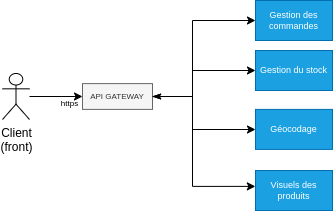
Earlier version of the draw.io export slides/img/archi-microservice.drawio.png (mborne/cours-archi-si-geo). Source tidied: cells renumbered, new cells last; positions are measured from the earlier drawing's top-left corner, leaving out a move shared by most shapes. Its diagram source:
```xml
<mxGraphModel background="#ffffff">
  <root>
    <mxCell id="0" />
    <mxCell id="1" parent="0" />
    <mxCell id="2" value="Gestion des commandes" style="rounded=0;whiteSpace=wrap;html=1;fillColor=#1ba1e2;strokeColor=#006EAF;fontColor=#ffffff;fontSize=9;" parent="1" vertex="1">
      <mxGeometry x="253" width="77" height="40" as="geometry" />
    </mxCell>
    <mxCell id="3" value="Géocodage" style="rounded=0;whiteSpace=wrap;html=1;fillColor=#1ba1e2;strokeColor=#006EAF;fontColor=#ffffff;fontSize=9;" parent="1" vertex="1">
      <mxGeometry x="253" y="108.9" width="77" height="40" as="geometry" />
    </mxCell>
    <mxCell id="4" value="Gestion du stock" style="rounded=0;whiteSpace=wrap;html=1;fillColor=#1ba1e2;strokeColor=#006EAF;fontColor=#ffffff;fontSize=9;" parent="1" vertex="1">
      <mxGeometry x="253" y="50" width="77" height="40" as="geometry" />
    </mxCell>
    <mxCell id="5" value="Visuels des produits" style="rounded=0;whiteSpace=wrap;html=1;fillColor=#1ba1e2;strokeColor=#006EAF;fontColor=#ffffff;fontSize=9;" parent="1" vertex="1">
      <mxGeometry x="253" y="170" width="77" height="40" as="geometry" />
    </mxCell>
    <mxCell id="6" style="edgeStyle=orthogonalEdgeStyle;rounded=0;jettySize=auto;html=1;entryX=0;entryY=0.5;entryDx=0;entryDy=0;startArrow=classicThin;startFill=1;" parent="1" edge="1" source="8" target="2">
      <mxGeometry relative="1" as="geometry">
        <Array as="points">
          <mxPoint x="190" y="96" />
          <mxPoint x="190" y="20" />
        </Array>
      </mxGeometry>
    </mxCell>
    <mxCell id="7" style="edgeStyle=orthogonalEdgeStyle;rounded=0;jettySize=auto;html=1;" parent="1" edge="1" source="8" target="3">
      <mxGeometry relative="1" as="geometry">
        <Array as="points">
          <mxPoint x="190" y="96" />
          <mxPoint x="190" y="129" />
        </Array>
      </mxGeometry>
    </mxCell>
    <mxCell id="8" value="API GATEWAY" style="rounded=0;whiteSpace=wrap;html=1;fillColor=#f5f5f5;strokeColor=#666666;fontColor=#333333;fontSize=8;" parent="1" vertex="1">
      <mxGeometry x="80" y="83.1" width="70" height="25.8" as="geometry" />
    </mxCell>
    <mxCell id="9" style="edgeStyle=orthogonalEdgeStyle;rounded=0;jettySize=auto;html=1;" parent="1" edge="1" source="10" target="8">
      <mxGeometry relative="1" as="geometry" />
    </mxCell>
    <mxCell id="10" value="Client&lt;div&gt;(front)&lt;/div&gt;" style="shape=umlActor;verticalLabelPosition=bottom;verticalAlign=top;html=1;outlineConnect=0;" parent="1" vertex="1">
      <mxGeometry y="73" width="27" height="46" as="geometry" />
    </mxCell>
    <mxCell id="11" value="https" style="text;html=1;align=center;verticalAlign=middle;strokeColor=none;fillColor=none;fontSize=8;" parent="1" vertex="1">
      <mxGeometry x="47" y="93" width="40" height="20" as="geometry" />
    </mxCell>
    <mxCell id="12" style="edgeStyle=orthogonalEdgeStyle;rounded=0;jettySize=auto;html=1;entryX=0;entryY=0.5;entryDx=0;entryDy=0;startArrow=classicThin;startFill=1;exitX=1;exitY=0.5;exitDx=0;exitDy=0;" parent="1" edge="1" source="8" target="4">
      <mxGeometry relative="1" as="geometry">
        <Array as="points">
          <mxPoint x="190" y="96" />
          <mxPoint x="190" y="70" />
        </Array>
      </mxGeometry>
    </mxCell>
    <mxCell id="13" style="edgeStyle=orthogonalEdgeStyle;rounded=0;jettySize=auto;html=1;entryX=-0.002;entryY=0.397;entryDx=0;entryDy=0;entryPerimeter=0;" parent="1" edge="1" source="8" target="5">
      <mxGeometry relative="1" as="geometry">
        <Array as="points">
          <mxPoint x="190" y="96" />
          <mxPoint x="190" y="186" />
        </Array>
      </mxGeometry>
    </mxCell>
  </root>
</mxGraphModel>
```
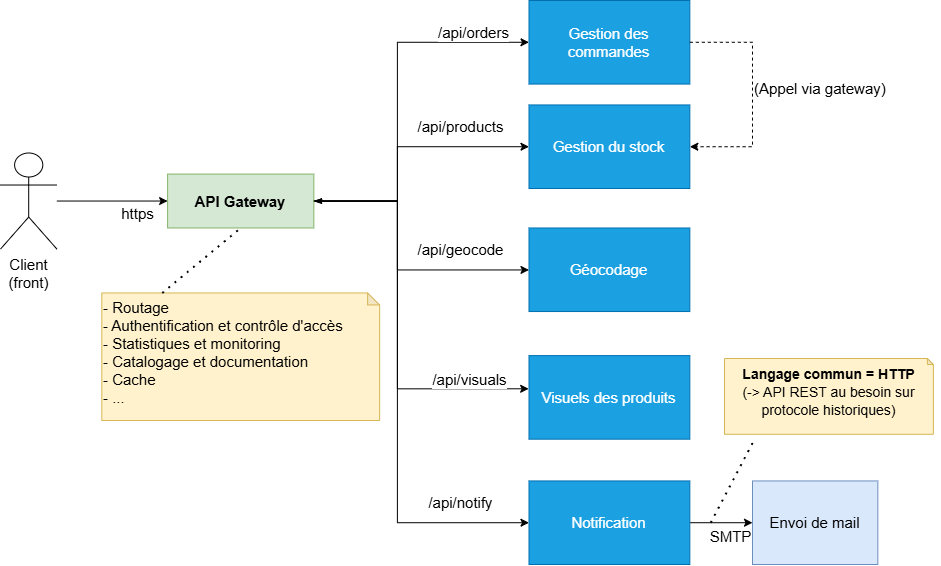
Above is the later version.

Diff of the diagram source:
```diff
@@ -2,61 +2,133 @@
   <root>
     <mxCell id="0" />
     <mxCell id="1" parent="0" />
+    <mxCell id="14" style="group;fontSize=15;" parent="1" vertex="1">
+      <mxGeometry x="-884" y="-358" width="940" height="564" as="geometry" />
+    </mxCell>
-    <mxCell id="2" value="Gestion des commandes" style="rounded=0;whiteSpace=wrap;html=1;fillColor=#1ba1e2;strokeColor=#006EAF;fontColor=#ffffff;fontSize=9;" parent="1" vertex="1">
-      <mxGeometry x="253" width="77" height="40" as="geometry" />
+    <mxCell id="2" value="Gestion des commandes" style="rounded=0;whiteSpace=wrap;html=1;fillColor=#1ba1e2;strokeColor=#006EAF;fontColor=#ffffff;fontSize=15;" parent="14" vertex="1">
+      <mxGeometry x="528.5" width="160.8" height="83.6" as="geometry" />
     </mxCell>
-    <mxCell id="3" value="Géocodage" style="rounded=0;whiteSpace=wrap;html=1;fillColor=#1ba1e2;strokeColor=#006EAF;fontColor=#ffffff;fontSize=9;" parent="1" vertex="1">
-      <mxGeometry x="253" y="108.9" width="77" height="40" as="geometry" />
+    <mxCell id="3" value="Géocodage" style="rounded=0;whiteSpace=wrap;html=1;fillColor=#1ba1e2;strokeColor=#006EAF;fontColor=#ffffff;fontSize=15;" parent="14" vertex="1">
+      <mxGeometry x="528.5" y="227.5" width="160.8" height="83.6" as="geometry" />
     </mxCell>
-    <mxCell id="4" value="Gestion du stock" style="rounded=0;whiteSpace=wrap;html=1;fillColor=#1ba1e2;strokeColor=#006EAF;fontColor=#ffffff;fontSize=9;" parent="1" vertex="1">
-      <mxGeometry x="253" y="50" width="77" height="40" as="geometry" />
+    <mxCell id="4" value="Gestion du stock" style="rounded=0;whiteSpace=wrap;html=1;fillColor=#1ba1e2;strokeColor=#006EAF;fontColor=#ffffff;fontSize=15;" parent="14" vertex="1">
+      <mxGeometry x="528.5" y="104.4" width="160.8" height="83.6" as="geometry" />
     </mxCell>
-    <mxCell id="5" value="Visuels des produits" style="rounded=0;whiteSpace=wrap;html=1;fillColor=#1ba1e2;strokeColor=#006EAF;fontColor=#ffffff;fontSize=9;" parent="1" vertex="1">
-      <mxGeometry x="253" y="170" width="77" height="40" as="geometry" />
+    <mxCell id="5" value="Visuels des produits" style="rounded=0;whiteSpace=wrap;html=1;fillColor=#1ba1e2;strokeColor=#006EAF;fontColor=#ffffff;fontSize=15;" parent="14" vertex="1">
+      <mxGeometry x="528.5" y="355.1" width="160.8" height="83.6" as="geometry" />
     </mxCell>
-    <mxCell id="6" style="edgeStyle=orthogonalEdgeStyle;rounded=0;jettySize=auto;html=1;entryX=0;entryY=0.5;entryDx=0;entryDy=0;startArrow=classicThin;startFill=1;" parent="1" edge="1" source="8" target="2">
+    <mxCell id="6" style="edgeStyle=orthogonalEdgeStyle;rounded=0;jettySize=auto;html=1;entryX=0;entryY=0.5;entryDx=0;entryDy=0;startArrow=classicThin;startFill=1;fontSize=15;" parent="14" edge="1" source="8" target="2">
       <mxGeometry relative="1" as="geometry">
         <Array as="points">
-          <mxPoint x="190" y="96" />
-          <mxPoint x="190" y="20" />
+          <mxPoint x="396.9" y="200.5" />
+          <mxPoint x="396.9" y="41.8" />
         </Array>
       </mxGeometry>
     </mxCell>
+    <mxCell id="15" value="&lt;font&gt;/api/orders&lt;/font&gt;" style="edgeLabel;html=1;align=center;verticalAlign=middle;fontSize=15;" parent="6" vertex="1">
+      <mxGeometry x="0.77" y="2" relative="1" as="geometry">
+        <mxPoint x="-13" y="-8" as="offset" />
+      </mxGeometry>
+    </mxCell>
-    <mxCell id="7" style="edgeStyle=orthogonalEdgeStyle;rounded=0;jettySize=auto;html=1;" parent="1" edge="1" source="8" target="3">
+    <mxCell id="7" style="edgeStyle=orthogonalEdgeStyle;rounded=0;jettySize=auto;html=1;fontSize=15;" parent="14" edge="1" source="8" target="3">
       <mxGeometry relative="1" as="geometry">
         <Array as="points">
-          <mxPoint x="190" y="96" />
-          <mxPoint x="190" y="129" />
+          <mxPoint x="396.9" y="200.5" />
+          <mxPoint x="396.9" y="269.5" />
         </Array>
       </mxGeometry>
     </mxCell>
+    <mxCell id="16" style="edgeStyle=orthogonalEdgeStyle;rounded=0;jettySize=auto;html=1;entryX=0;entryY=0.5;entryDx=0;entryDy=0;fontSize=15;" parent="14" edge="1" source="8" target="26">
+      <mxGeometry relative="1" as="geometry">
+        <Array as="points">
+          <mxPoint x="396.9" y="200.5" />
+          <mxPoint x="396.9" y="522.2" />
+        </Array>
+      </mxGeometry>
+    </mxCell>
-    <mxCell id="8" value="API GATEWAY" style="rounded=0;whiteSpace=wrap;html=1;fillColor=#f5f5f5;strokeColor=#666666;fontColor=#333333;fontSize=8;" parent="1" vertex="1">
-      <mxGeometry x="80" y="83.1" width="70" height="25.8" as="geometry" />
+    <mxCell id="8" value="&lt;b&gt;API Gateway&lt;/b&gt;" style="rounded=0;whiteSpace=wrap;html=1;fillColor=#d5e8d4;strokeColor=#82b366;fontSize=15;" parent="14" vertex="1">
+      <mxGeometry x="167.1" y="173.6" width="146.2" height="53.9" as="geometry" />
     </mxCell>
-    <mxCell id="9" style="edgeStyle=orthogonalEdgeStyle;rounded=0;jettySize=auto;html=1;" parent="1" edge="1" source="10" target="8">
+    <mxCell id="9" style="edgeStyle=orthogonalEdgeStyle;rounded=0;jettySize=auto;html=1;fontSize=15;" parent="14" edge="1" source="10" target="8">
       <mxGeometry relative="1" as="geometry" />
     </mxCell>
-    <mxCell id="10" value="Client&lt;div&gt;(front)&lt;/div&gt;" style="shape=umlActor;verticalLabelPosition=bottom;verticalAlign=top;html=1;outlineConnect=0;" parent="1" vertex="1">
-      <mxGeometry y="73" width="27" height="46" as="geometry" />
+    <mxCell id="10" value="Client&lt;div&gt;(front)&lt;/div&gt;" style="shape=umlActor;verticalLabelPosition=bottom;verticalAlign=top;html=1;outlineConnect=0;fontSize=15;" parent="14" vertex="1">
+      <mxGeometry y="152.5" width="56.4" height="96.1" as="geometry" />
     </mxCell>
-    <mxCell id="11" value="https" style="text;html=1;align=center;verticalAlign=middle;strokeColor=none;fillColor=none;fontSize=8;" parent="1" vertex="1">
-      <mxGeometry x="47" y="93" width="40" height="20" as="geometry" />
+    <mxCell id="11" value="https" style="text;html=1;align=center;verticalAlign=middle;strokeColor=none;fillColor=none;fontSize=15;" parent="14" vertex="1">
+      <mxGeometry x="107.1" y="198" width="60" height="30" as="geometry" />
     </mxCell>
-    <mxCell id="12" style="edgeStyle=orthogonalEdgeStyle;rounded=0;jettySize=auto;html=1;entryX=0;entryY=0.5;entryDx=0;entryDy=0;startArrow=classicThin;startFill=1;exitX=1;exitY=0.5;exitDx=0;exitDy=0;" parent="1" edge="1" source="8" target="4">
+    <mxCell id="12" style="edgeStyle=orthogonalEdgeStyle;rounded=0;jettySize=auto;html=1;entryX=0;entryY=0.5;entryDx=0;entryDy=0;startArrow=classicThin;startFill=1;exitX=1;exitY=0.5;exitDx=0;exitDy=0;fontSize=15;" parent="14" edge="1" source="8" target="4">
       <mxGeometry relative="1" as="geometry">
         <Array as="points">
-          <mxPoint x="190" y="96" />
-          <mxPoint x="190" y="70" />
+          <mxPoint x="396.9" y="200.5" />
+          <mxPoint x="396.9" y="146.2" />
         </Array>
       </mxGeometry>
     </mxCell>
-    <mxCell id="13" style="edgeStyle=orthogonalEdgeStyle;rounded=0;jettySize=auto;html=1;entryX=-0.002;entryY=0.397;entryDx=0;entryDy=0;entryPerimeter=0;" parent="1" edge="1" source="8" target="5">
+    <mxCell id="13" style="edgeStyle=orthogonalEdgeStyle;rounded=0;jettySize=auto;html=1;entryX=-0.002;entryY=0.397;entryDx=0;entryDy=0;entryPerimeter=0;fontSize=15;" parent="14" edge="1" source="8" target="5">
       <mxGeometry relative="1" as="geometry">
         <Array as="points">
-          <mxPoint x="190" y="96" />
-          <mxPoint x="190" y="186" />
+          <mxPoint x="396.9" y="200.5" />
+          <mxPoint x="396.9" y="388.5" />
         </Array>
       </mxGeometry>
     </mxCell>
+    <mxCell id="17" value="&lt;span&gt;/api/visuals&lt;/span&gt;" style="edgeLabel;html=1;align=center;verticalAlign=middle;fontSize=15;" parent="13" vertex="1">
+      <mxGeometry x="0.75" y="1" relative="1" as="geometry">
+        <mxPoint x="-9" y="-9" as="offset" />
+      </mxGeometry>
+    </mxCell>
+    <mxCell id="18" style="edgeStyle=orthogonalEdgeStyle;rounded=0;jettySize=auto;html=1;dashed=1;entryX=1;entryY=0.5;entryDx=0;entryDy=0;fontSize=15;" parent="14" edge="1" target="4">
+      <mxGeometry relative="1" as="geometry">
+        <mxPoint x="689.3" y="41.8" as="sourcePoint" />
+        <Array as="points">
+          <mxPoint x="752" y="41.8" />
+          <mxPoint x="752" y="146.2" />
+        </Array>
+      </mxGeometry>
+    </mxCell>
+    <mxCell id="19" value="&lt;div&gt;&lt;span style=&quot;background-color: light-dark(#ffffff, var(--ge-dark-color, #121212)); color: light-dark(rgb(0, 0, 0), rgb(255, 255, 255));&quot;&gt;(Appel via gateway)&lt;/span&gt;&lt;/div&gt;" style="edgeLabel;html=1;align=left;verticalAlign=middle;fontSize=15;" parent="18" vertex="1">
+      <mxGeometry x="-0.19" y="1" relative="1" as="geometry">
+        <mxPoint x="-1" y="15" as="offset" />
+      </mxGeometry>
+    </mxCell>
+    <mxCell id="20" value="&lt;span&gt;/api/products&lt;/span&gt;" style="edgeLabel;html=1;align=center;verticalAlign=middle;fontSize=15;" parent="14" vertex="1">
+      <mxGeometry x="459.6" y="125.3" as="geometry" />
+    </mxCell>
+    <mxCell id="21" value="&lt;span&gt;/api/geocode&lt;/span&gt;" style="edgeLabel;html=1;align=center;verticalAlign=middle;fontSize=15;" parent="14" vertex="1">
+      <mxGeometry x="459.6" y="248.6" as="geometry" />
+    </mxCell>
+    <mxCell id="22" value="&lt;div&gt;&lt;font&gt;- Routage&lt;/font&gt;&lt;/div&gt;&lt;div&gt;&lt;font&gt;- Authentification et c&lt;span style=&quot;background-color: transparent; color: light-dark(rgb(0, 0, 0), rgb(255, 255, 255));&quot;&gt;ontrôle d'accès&lt;/span&gt;&lt;/font&gt;&lt;/div&gt;&lt;div&gt;&lt;span style=&quot;background-color: transparent; color: light-dark(rgb(0, 0, 0), rgb(255, 255, 255));&quot;&gt;&lt;font&gt;- Statistiques et monitoring&lt;/font&gt;&lt;/span&gt;&lt;/div&gt;&lt;div&gt;- Catalogage et documentation&lt;span style=&quot;background-color: transparent; color: light-dark(rgb(0, 0, 0), rgb(255, 255, 255));&quot;&gt;&lt;font&gt;&lt;/font&gt;&lt;/span&gt;&lt;/div&gt;&lt;div&gt;&lt;span style=&quot;background-color: transparent; color: light-dark(rgb(0, 0, 0), rgb(255, 255, 255));&quot;&gt;&lt;font&gt;- Cache&lt;/font&gt;&lt;/span&gt;&lt;/div&gt;&lt;div&gt;&lt;span style=&quot;background-color: transparent; color: light-dark(rgb(0, 0, 0), rgb(255, 255, 255));&quot;&gt;&lt;font&gt;- ...&lt;/font&gt;&lt;/span&gt;&lt;/div&gt;" style="shape=note;whiteSpace=wrap;html=1;backgroundOutline=1;darkOpacity=0.05;size=12;fillColor=#fff2cc;strokeColor=#d6b656;align=left;verticalAlign=top;fontSize=15;" parent="14" vertex="1">
+      <mxGeometry x="101.3" y="292.4" width="277.8" height="127.6" as="geometry" />
+    </mxCell>
+    <mxCell id="23" style="endArrow=none;dashed=1;html=1;dashPattern=1 3;strokeWidth=2;rounded=0;entryX=0.5;entryY=1;entryDx=0;entryDy=0;exitX=0;exitY=0;exitDx=60.5;exitDy=0;exitPerimeter=0;fontSize=15;" parent="14" edge="1" source="22" target="8">
+      <mxGeometry relative="1" as="geometry" />
+    </mxCell>
+    <mxCell id="24" style="edgeStyle=orthogonalEdgeStyle;rounded=0;jettySize=auto;html=1;fontSize=15;" parent="14" edge="1" source="26" target="28">
+      <mxGeometry relative="1" as="geometry" />
+    </mxCell>
+    <mxCell id="25" value="&lt;font&gt;SMTP&lt;/font&gt;" style="edgeLabel;html=1;align=center;verticalAlign=middle;fontSize=15;" parent="24" vertex="1">
+      <mxGeometry x="0.66" y="4" relative="1" as="geometry">
+        <mxPoint x="-12" y="17" as="offset" />
+      </mxGeometry>
+    </mxCell>
+    <mxCell id="26" value="Notification" style="rounded=0;whiteSpace=wrap;html=1;fillColor=#1ba1e2;strokeColor=#006EAF;fontColor=#ffffff;fontSize=15;" parent="14" vertex="1">
+      <mxGeometry x="528.5" y="480.4" width="160.8" height="83.6" as="geometry" />
+    </mxCell>
+    <mxCell id="27" value="&lt;span&gt;/api/notify&lt;/span&gt;" style="edgeLabel;html=1;align=center;verticalAlign=middle;fontSize=15;" parent="14" vertex="1">
+      <mxGeometry x="459.6" y="501.3" as="geometry" />
+    </mxCell>
+    <mxCell id="28" value="Envoi de mail" style="rounded=0;whiteSpace=wrap;html=1;fillColor=#dae8fc;strokeColor=#6c8ebf;fontSize=15;" parent="14" vertex="1">
+      <mxGeometry x="752" y="480.4" width="125.3" height="83.6" as="geometry" />
+    </mxCell>
+    <mxCell id="29" value="&lt;span&gt;&lt;font style=&quot;font-size: 14px;&quot;&gt;&lt;b&gt;Langage commun = HTTP&lt;/b&gt;&lt;/font&gt;&lt;/span&gt;&lt;div&gt;&lt;span&gt;&lt;font style=&quot;font-size: 14px;&quot;&gt;(-&amp;gt; API REST au besoin sur protocole historiques)&lt;/font&gt;&lt;/span&gt;&lt;/div&gt;" style="shape=note;whiteSpace=wrap;html=1;backgroundOutline=1;darkOpacity=0.05;size=6;fillColor=#fff2cc;strokeColor=#d6b656;align=center;verticalAlign=top;fontSize=15;" parent="14" vertex="1">
+      <mxGeometry x="724" y="358" width="208.9" height="75.8" as="geometry" />
+    </mxCell>
+    <mxCell id="30" style="endArrow=none;dashed=1;html=1;dashPattern=1 3;strokeWidth=2;rounded=0;entryX=0.145;entryY=1.06;entryDx=0;entryDy=0;entryPerimeter=0;fontSize=15;" parent="14" edge="1" target="29">
+      <mxGeometry relative="1" as="geometry">
+        <mxPoint x="710.2" y="522.2" as="sourcePoint" />
+      </mxGeometry>
+    </mxCell>
   </root>
 </mxGraphModel>
```
